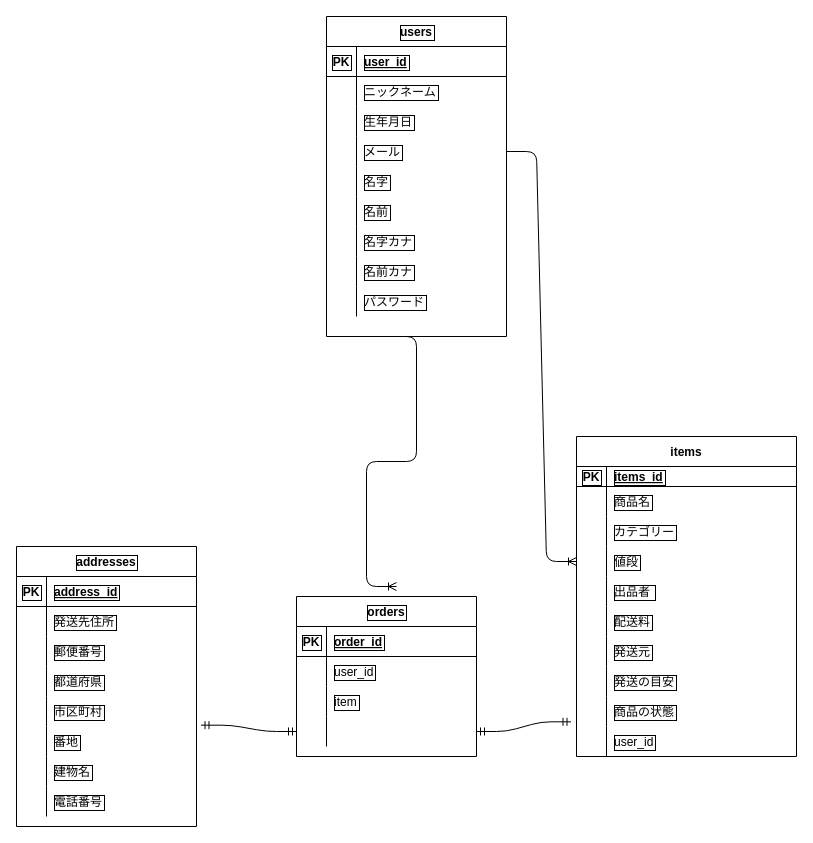
The draw.io diagram test.dio in shigeki310/furima-38165, before the edit. Source tidied: cells renumbered, new cells numbered last; positions are measured from the earlier drawing's top-left corner, leaving out a move shared by most shapes. Both pictures are drawn from the tidied source at 100%, with x=0, y=0 at pixel (16, 16).
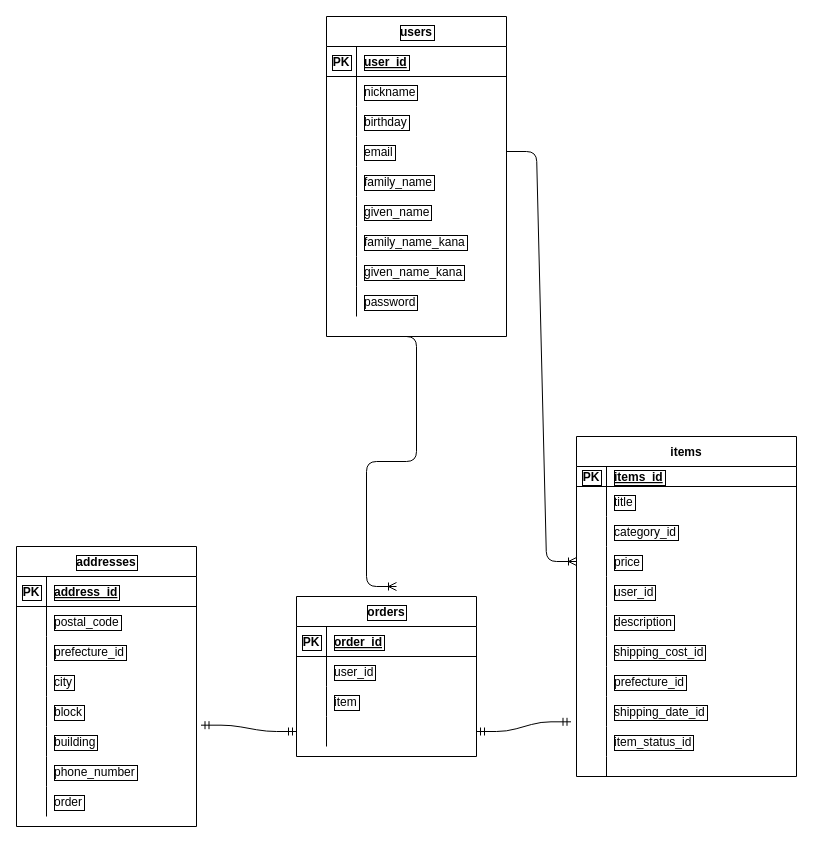
Above is the later version.

Commit message (it also covers changes not shown here):
ER図の訂正及びREADEMEの訂正

The change refers to these unchanged cells:
```xml
<mxCell id="6" style="shape=partialRectangle;fillColor=none;top=0;left=0;bottom=0;right=0;labelBorderColor=default;" parent="2" vertex="1">
  <mxGeometry y="60" width="180" height="30" as="geometry" />
</mxCell>
<mxCell id="9" style="shape=partialRectangle;fillColor=none;top=0;left=0;bottom=0;right=0;labelBorderColor=default;" parent="2" vertex="1">
  <mxGeometry y="90" width="180" height="30" as="geometry" />
</mxCell>
<mxCell id="12" style="shape=partialRectangle;fillColor=none;top=0;left=0;bottom=0;right=0;points=[[0,0.5],[1,0.5]];portConstraint=eastwest;labelBorderColor=default;" parent="2" vertex="1">
  <mxGeometry y="120" width="180" height="30" as="geometry" />
</mxCell>
<mxCell id="15" style="shape=partialRectangle;fillColor=none;top=0;left=0;bottom=0;right=0;" parent="2" vertex="1">
  <mxGeometry y="150" width="180" height="30" as="geometry" />
</mxCell>
<mxCell id="18" style="shape=partialRectangle;fillColor=none;top=0;left=0;bottom=0;right=0;labelBorderColor=default;strokeColor=default;" parent="2" vertex="1">
  <mxGeometry y="180" width="180" height="30" as="geometry" />
</mxCell>
<mxCell id="21" style="shape=partialRectangle;fillColor=none;top=0;left=0;bottom=0;right=0;labelBorderColor=default;strokeColor=default;" parent="2" vertex="1">
  <mxGeometry y="210" width="180" height="30" as="geometry" />
</mxCell>
<mxCell id="24" style="shape=partialRectangle;fillColor=none;top=0;left=0;bottom=0;right=0;labelBorderColor=default;strokeColor=default;" parent="2" vertex="1">
  <mxGeometry y="240" width="180" height="30" as="geometry" />
</mxCell>
<mxCell id="27" style="shape=partialRectangle;fillColor=none;top=0;left=0;bottom=0;right=0;labelBorderColor=default;strokeColor=default;" parent="2" vertex="1">
  <mxGeometry y="270" width="180" height="30" as="geometry" />
</mxCell>
<mxCell id="34" style="shape=partialRectangle;fillColor=none;top=0;left=0;bottom=0;right=0;labelBorderColor=default;" parent="30" vertex="1">
  <mxGeometry y="50" width="220" height="30" as="geometry" />
</mxCell>
<mxCell id="37" style="shape=partialRectangle;fillColor=none;top=0;left=0;bottom=0;right=0;labelBorderColor=default;" parent="30" vertex="1">
  <mxGeometry y="80" width="220" height="30" as="geometry" />
</mxCell>
<mxCell id="40" style="shape=partialRectangle;fillColor=none;top=0;left=0;bottom=0;right=0;points=[[0,0.5],[1,0.5]];portConstraint=eastwest;labelBorderColor=default;" parent="30" vertex="1">
  <mxGeometry y="110" width="220" height="30" as="geometry" />
</mxCell>
<mxCell id="43" style="shape=partialRectangle;fillColor=none;top=0;left=0;bottom=0;right=0;labelBorderColor=default;" parent="30" vertex="1">
  <mxGeometry y="140" width="220" height="30" as="geometry" />
</mxCell>
<mxCell id="46" style="shape=partialRectangle;fillColor=none;top=0;left=0;bottom=0;right=0;labelBorderColor=default;" parent="30" vertex="1">
  <mxGeometry y="170" width="220" height="30" as="geometry" />
</mxCell>
<mxCell id="49" style="shape=partialRectangle;fillColor=none;top=0;left=0;bottom=0;right=0;labelBorderColor=default;" parent="30" vertex="1">
  <mxGeometry y="200" width="220" height="30" as="geometry" />
</mxCell>
<mxCell id="52" style="shape=partialRectangle;fillColor=none;top=0;left=0;bottom=0;right=0;labelBorderColor=default;" parent="30" vertex="1">
  <mxGeometry y="230" width="220" height="30" as="geometry" />
</mxCell>
<mxCell id="55" style="shape=partialRectangle;fillColor=none;top=0;left=0;bottom=0;right=0;points=[[0,0.5],[1,0.5]];portConstraint=eastwest;labelBorderColor=default;" parent="30" vertex="1">
  <mxGeometry y="260" width="220" height="30" as="geometry" />
</mxCell>
<mxCell id="67" style="shape=partialRectangle;fillColor=none;top=0;left=0;bottom=0;right=0;labelBorderColor=default;" parent="63" vertex="1">
  <mxGeometry y="60" width="180" height="30" as="geometry" />
</mxCell>
<mxCell id="70" style="shape=partialRectangle;fillColor=none;top=0;left=0;bottom=0;right=0;labelBorderColor=default;" parent="63" vertex="1">
  <mxGeometry y="90" width="180" height="30" as="geometry" />
</mxCell>
<mxCell id="73" style="shape=partialRectangle;fillColor=none;top=0;left=0;bottom=0;right=0;labelBorderColor=default;" parent="63" vertex="1">
  <mxGeometry y="120" width="180" height="30" as="geometry" />
</mxCell>
<mxCell id="76" style="shape=partialRectangle;fillColor=none;top=0;left=0;bottom=0;right=0;points=[[0,0.5],[1,0.5]];portConstraint=eastwest;labelBorderColor=default;" parent="63" vertex="1">
  <mxGeometry y="150" width="180" height="30" as="geometry" />
</mxCell>
<mxCell id="79" style="shape=partialRectangle;fillColor=none;top=0;left=0;bottom=0;right=0;labelBorderColor=default;" parent="63" vertex="1">
  <mxGeometry y="180" width="180" height="30" as="geometry" />
</mxCell>
<mxCell id="82" style="shape=partialRectangle;fillColor=none;top=0;left=0;bottom=0;right=0;labelBorderColor=default;" parent="63" vertex="1">
  <mxGeometry y="210" width="180" height="30" as="geometry" />
</mxCell>
<mxCell id="85" style="shape=partialRectangle;fillColor=none;top=0;left=0;bottom=0;right=0;labelBorderColor=default;" parent="63" vertex="1">
  <mxGeometry y="240" width="180" height="30" as="geometry" />
</mxCell>
```

The edit, as a diff of the source:
```diff
@@
-    <mxCell id="8" value="ニックネーム" style="shape=partialRectangle;top=0;left=0;bottom=0;right=0;align=left;spacingLeft=6;overflow=hidden;labelBorderColor=default;fillColor=none;strokeColor=default;" parent="6" vertex="1">
+    <mxCell id="8" value="nickname" style="shape=partialRectangle;top=0;left=0;bottom=0;right=0;align=left;spacingLeft=6;overflow=hidden;labelBorderColor=default;fillColor=none;strokeColor=default;" parent="6" vertex="1">
       <mxGeometry x="30" width="150" height="30" as="geometry" />
     </mxCell>
@@
-    <mxCell id="11" value="生年月日" style="shape=partialRectangle;fillColor=none;top=0;left=0;bottom=0;right=0;align=left;spacingLeft=6;overflow=hidden;labelBorderColor=default;" parent="9" vertex="1">
+    <mxCell id="11" value="birthday" style="shape=partialRectangle;fillColor=none;top=0;left=0;bottom=0;right=0;align=left;spacingLeft=6;overflow=hidden;labelBorderColor=default;" parent="9" vertex="1">
       <mxGeometry x="30" width="150" height="30" as="geometry" />
     </mxCell>
@@
-    <mxCell id="14" value="メール" style="shape=partialRectangle;fillColor=none;top=0;left=0;bottom=0;right=0;align=left;spacingLeft=6;overflow=hidden;labelBorderColor=default;" parent="12" vertex="1">
+    <mxCell id="14" value="email" style="shape=partialRectangle;fillColor=none;top=0;left=0;bottom=0;right=0;align=left;spacingLeft=6;overflow=hidden;labelBorderColor=default;" parent="12" vertex="1">
       <mxGeometry x="30" width="150" height="30" as="geometry" />
     </mxCell>
@@
-    <mxCell id="17" value="名字" style="shape=partialRectangle;fillColor=none;top=0;left=0;bottom=0;right=0;align=left;spacingLeft=6;overflow=hidden;labelBorderColor=default;" parent="15" vertex="1">
+    <mxCell id="17" value="family_name" style="shape=partialRectangle;fillColor=none;top=0;left=0;bottom=0;right=0;align=left;spacingLeft=6;overflow=hidden;labelBorderColor=default;" parent="15" vertex="1">
       <mxGeometry x="30" width="150" height="30" as="geometry" />
     </mxCell>
@@
-    <mxCell id="20" value="名前" style="shape=partialRectangle;fillColor=none;top=0;left=0;bottom=0;right=0;align=left;spacingLeft=6;overflow=hidden;labelBorderColor=default;strokeColor=default;" parent="18" vertex="1">
+    <mxCell id="20" value="given_name" style="shape=partialRectangle;fillColor=none;top=0;left=0;bottom=0;right=0;align=left;spacingLeft=6;overflow=hidden;labelBorderColor=default;strokeColor=default;" parent="18" vertex="1">
       <mxGeometry x="30" width="150" height="30" as="geometry" />
     </mxCell>
@@
-    <mxCell id="23" value="名字カナ" style="shape=partialRectangle;fillColor=none;top=0;left=0;bottom=0;right=0;align=left;spacingLeft=6;overflow=hidden;labelBorderColor=default;strokeColor=default;" parent="21" vertex="1">
+    <mxCell id="23" value="family_name_kana" style="shape=partialRectangle;fillColor=none;top=0;left=0;bottom=0;right=0;align=left;spacingLeft=6;overflow=hidden;labelBorderColor=default;strokeColor=default;" parent="21" vertex="1">
       <mxGeometry x="30" width="150" height="30" as="geometry" />
     </mxCell>
@@
-    <mxCell id="26" value="名前カナ" style="shape=partialRectangle;fillColor=none;top=0;left=0;bottom=0;right=0;align=left;spacingLeft=6;overflow=hidden;labelBorderColor=default;strokeColor=default;" parent="24" vertex="1">
+    <mxCell id="26" value="given_name_kana" style="shape=partialRectangle;fillColor=none;top=0;left=0;bottom=0;right=0;align=left;spacingLeft=6;overflow=hidden;labelBorderColor=default;strokeColor=default;" parent="24" vertex="1">
       <mxGeometry x="30" width="150" height="30" as="geometry" />
     </mxCell>
@@
-    <mxCell id="29" value="パスワード" style="shape=partialRectangle;fillColor=none;top=0;left=0;bottom=0;right=0;align=left;spacingLeft=6;overflow=hidden;labelBorderColor=default;strokeColor=default;" parent="27" vertex="1">
+    <mxCell id="29" value="password" style="shape=partialRectangle;fillColor=none;top=0;left=0;bottom=0;right=0;align=left;spacingLeft=6;overflow=hidden;labelBorderColor=default;strokeColor=default;" parent="27" vertex="1">
       <mxGeometry x="30" width="150" height="30" as="geometry" />
     </mxCell>
     <mxCell id="30" value="items" style="shape=table;startSize=30;childLayout=tableLayout;rowLines=0;fontStyle=1;align=center;labelBorderColor=none;fillColor=none;gradientColor=#ffffff;" parent="1" vertex="1">
-      <mxGeometry x="560" y="420" width="220" height="320" as="geometry" />
+      <mxGeometry x="560" y="420" width="220" height="340" as="geometry" />
     </mxCell>
@@
-    <mxCell id="36" value="商品名" style="shape=partialRectangle;fillColor=none;top=0;left=0;bottom=0;right=0;align=left;spacingLeft=6;overflow=hidden;labelBorderColor=default;" parent="34" vertex="1">
+    <mxCell id="36" value="title" style="shape=partialRectangle;fillColor=none;top=0;left=0;bottom=0;right=0;align=left;spacingLeft=6;overflow=hidden;labelBorderColor=default;" parent="34" vertex="1">
       <mxGeometry x="30" width="190" height="30" as="geometry" />
     </mxCell>
@@
-    <mxCell id="39" value="カテゴリー" style="shape=partialRectangle;fillColor=none;top=0;left=0;bottom=0;right=0;align=left;spacingLeft=6;overflow=hidden;labelBorderColor=default;" parent="37" vertex="1">
+    <mxCell id="39" value="category_id" style="shape=partialRectangle;fillColor=none;top=0;left=0;bottom=0;right=0;align=left;spacingLeft=6;overflow=hidden;labelBorderColor=default;" parent="37" vertex="1">
       <mxGeometry x="30" width="190" height="30" as="geometry" />
     </mxCell>
@@
-    <mxCell id="42" value="値段" style="shape=partialRectangle;fillColor=none;top=0;left=0;bottom=0;right=0;align=left;spacingLeft=6;overflow=hidden;labelBorderColor=default;" parent="40" vertex="1">
+    <mxCell id="42" value="price" style="shape=partialRectangle;fillColor=none;top=0;left=0;bottom=0;right=0;align=left;spacingLeft=6;overflow=hidden;labelBorderColor=default;" parent="40" vertex="1">
       <mxGeometry x="30" width="190" height="30" as="geometry" />
     </mxCell>
@@
-    <mxCell id="45" value="出品者 " style="shape=partialRectangle;fillColor=none;top=0;left=0;bottom=0;right=0;align=left;spacingLeft=6;overflow=hidden;labelBorderColor=default;" parent="43" vertex="1">
+    <mxCell id="45" value="user_id" style="shape=partialRectangle;fillColor=none;top=0;left=0;bottom=0;right=0;align=left;spacingLeft=6;overflow=hidden;labelBorderColor=default;" parent="43" vertex="1">
       <mxGeometry x="30" width="190" height="30" as="geometry" />
     </mxCell>
@@
-    <mxCell id="48" value="配送料" style="shape=partialRectangle;fillColor=none;top=0;left=0;bottom=0;right=0;align=left;spacingLeft=6;overflow=hidden;labelBorderColor=default;" parent="46" vertex="1">
+    <mxCell id="48" value="description" style="shape=partialRectangle;fillColor=none;top=0;left=0;bottom=0;right=0;align=left;spacingLeft=6;overflow=hidden;labelBorderColor=default;" parent="46" vertex="1">
       <mxGeometry x="30" width="190" height="30" as="geometry" />
     </mxCell>
@@
-    <mxCell id="51" value="発送元" style="shape=partialRectangle;fillColor=none;top=0;left=0;bottom=0;right=0;align=left;spacingLeft=6;overflow=hidden;labelBorderColor=default;" parent="49" vertex="1">
+    <mxCell id="51" value="shipping_cost_id" style="shape=partialRectangle;fillColor=none;top=0;left=0;bottom=0;right=0;align=left;spacingLeft=6;overflow=hidden;labelBorderColor=default;" parent="49" vertex="1">
       <mxGeometry x="30" width="190" height="30" as="geometry" />
     </mxCell>
@@
-    <mxCell id="54" value="発送の目安" style="shape=partialRectangle;fillColor=none;top=0;left=0;bottom=0;right=0;align=left;spacingLeft=6;overflow=hidden;labelBorderColor=default;" parent="52" vertex="1">
+    <mxCell id="54" value="prefecture_id" style="shape=partialRectangle;fillColor=none;top=0;left=0;bottom=0;right=0;align=left;spacingLeft=6;overflow=hidden;labelBorderColor=default;" parent="52" vertex="1">
       <mxGeometry x="30" width="190" height="30" as="geometry" />
     </mxCell>
@@
-    <mxCell id="57" value="商品の状態" style="shape=partialRectangle;fillColor=none;top=0;left=0;bottom=0;right=0;align=left;spacingLeft=6;overflow=hidden;labelBorderColor=default;" parent="55" vertex="1">
+    <mxCell id="57" value="shipping_date_id" style="shape=partialRectangle;fillColor=none;top=0;left=0;bottom=0;right=0;align=left;spacingLeft=6;overflow=hidden;labelBorderColor=default;" parent="55" vertex="1">
       <mxGeometry x="30" width="190" height="30" as="geometry" />
     </mxCell>
+    <mxCell id="103" style="shape=partialRectangle;fillColor=none;top=0;left=0;bottom=0;right=0;labelBorderColor=default;strokeColor=default;" parent="30" vertex="1">
+      <mxGeometry y="290" width="220" height="30" as="geometry" />
+    </mxCell>
+    <mxCell id="104" style="shape=partialRectangle;fillColor=none;top=0;left=0;bottom=0;right=0;overflow=hidden;labelBorderColor=default;strokeColor=default;" parent="103" vertex="1">
+      <mxGeometry width="30" height="30" as="geometry" />
+    </mxCell>
+    <mxCell id="105" value="item_status_id" style="shape=partialRectangle;fillColor=none;top=0;left=0;bottom=0;right=0;align=left;spacingLeft=6;overflow=hidden;labelBorderColor=default;strokeColor=default;" parent="103" vertex="1">
+      <mxGeometry x="30" width="190" height="30" as="geometry" />
+    </mxCell>
     <mxCell id="58" style="shape=partialRectangle;fillColor=none;top=0;left=0;bottom=0;right=0;labelBorderColor=default;strokeColor=default;" parent="30" vertex="1">
-      <mxGeometry y="290" width="220" height="30" as="geometry" />
+      <mxGeometry y="320" width="220" height="20" as="geometry" />
     </mxCell>
     <mxCell id="59" style="shape=partialRectangle;fillColor=none;top=0;left=0;bottom=0;right=0;overflow=hidden;labelBorderColor=default;strokeColor=default;" parent="58" vertex="1">
-      <mxGeometry width="30" height="30" as="geometry" />
+      <mxGeometry width="30" height="20" as="geometry" />
     </mxCell>
-    <mxCell id="60" value="user_id" style="shape=partialRectangle;fillColor=none;top=0;left=0;bottom=0;right=0;align=left;spacingLeft=6;overflow=hidden;labelBorderColor=default;strokeColor=default;" parent="58" vertex="1">
-      <mxGeometry x="30" width="190" height="30" as="geometry" />
+    <mxCell id="60" style="shape=partialRectangle;fillColor=none;top=0;left=0;bottom=0;right=0;align=left;spacingLeft=6;overflow=hidden;labelBorderColor=default;strokeColor=default;" parent="58" vertex="1">
+      <mxGeometry x="30" width="190" height="20" as="geometry" />
     </mxCell>
@@
-    <mxCell id="69" value="発送先住所" style="shape=partialRectangle;fillColor=none;top=0;left=0;bottom=0;right=0;align=left;spacingLeft=6;overflow=hidden;labelBorderColor=default;" parent="67" vertex="1">
+    <mxCell id="69" value="postal_code" style="shape=partialRectangle;fillColor=none;top=0;left=0;bottom=0;right=0;align=left;spacingLeft=6;overflow=hidden;labelBorderColor=default;" parent="67" vertex="1">
       <mxGeometry x="30" width="150" height="30" as="geometry" />
     </mxCell>
@@
-    <mxCell id="72" value="郵便番号" style="shape=partialRectangle;fillColor=none;top=0;left=0;bottom=0;right=0;align=left;spacingLeft=6;overflow=hidden;labelBorderColor=default;" parent="70" vertex="1">
+    <mxCell id="72" value="prefecture_id" style="shape=partialRectangle;fillColor=none;top=0;left=0;bottom=0;right=0;align=left;spacingLeft=6;overflow=hidden;labelBorderColor=default;" parent="70" vertex="1">
       <mxGeometry x="30" width="150" height="30" as="geometry" />
     </mxCell>
@@
-    <mxCell id="75" value="都道府県" style="shape=partialRectangle;fillColor=none;top=0;left=0;bottom=0;right=0;align=left;spacingLeft=6;overflow=hidden;labelBorderColor=default;" parent="73" vertex="1">
+    <mxCell id="75" value="city" style="shape=partialRectangle;fillColor=none;top=0;left=0;bottom=0;right=0;align=left;spacingLeft=6;overflow=hidden;labelBorderColor=default;" parent="73" vertex="1">
       <mxGeometry x="30" width="150" height="30" as="geometry" />
     </mxCell>
@@
-    <mxCell id="78" value="市区町村" style="shape=partialRectangle;fillColor=none;top=0;left=0;bottom=0;right=0;align=left;spacingLeft=6;overflow=hidden;labelBorderColor=default;" parent="76" vertex="1">
+    <mxCell id="78" value="block" style="shape=partialRectangle;fillColor=none;top=0;left=0;bottom=0;right=0;align=left;spacingLeft=6;overflow=hidden;labelBorderColor=default;" parent="76" vertex="1">
       <mxGeometry x="30" width="150" height="30" as="geometry" />
     </mxCell>
@@
-    <mxCell id="81" value="番地" style="shape=partialRectangle;fillColor=none;top=0;left=0;bottom=0;right=0;align=left;spacingLeft=6;overflow=hidden;labelBorderColor=default;" parent="79" vertex="1">
+    <mxCell id="81" value="building" style="shape=partialRectangle;fillColor=none;top=0;left=0;bottom=0;right=0;align=left;spacingLeft=6;overflow=hidden;labelBorderColor=default;" parent="79" vertex="1">
       <mxGeometry x="30" width="150" height="30" as="geometry" />
     </mxCell>
@@
-    <mxCell id="84" value="建物名" style="shape=partialRectangle;fillColor=none;top=0;left=0;bottom=0;right=0;align=left;spacingLeft=6;overflow=hidden;labelBorderColor=default;" parent="82" vertex="1">
+    <mxCell id="84" value="phone_number" style="shape=partialRectangle;fillColor=none;top=0;left=0;bottom=0;right=0;align=left;spacingLeft=6;overflow=hidden;labelBorderColor=default;" parent="82" vertex="1">
       <mxGeometry x="30" width="150" height="30" as="geometry" />
     </mxCell>
@@
-    <mxCell id="87" value="電話番号" style="shape=partialRectangle;fillColor=none;top=0;left=0;bottom=0;right=0;align=left;spacingLeft=6;overflow=hidden;labelBorderColor=default;" parent="85" vertex="1">
+    <mxCell id="87" value="order" style="shape=partialRectangle;fillColor=none;top=0;left=0;bottom=0;right=0;align=left;spacingLeft=6;overflow=hidden;labelBorderColor=default;" parent="85" vertex="1">
       <mxGeometry x="30" width="150" height="30" as="geometry" />
     </mxCell>
```
